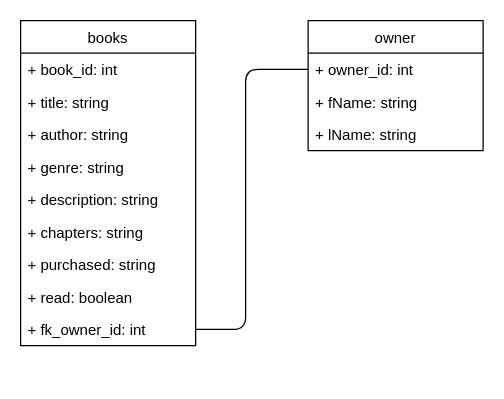
The draw.io diagram page "Page-4" (4 of 4) of claus/books.drawio in OinkoIT/BE16-DBDev-DAY1-Claus-Christoph, before the edit. Source tidied: cells renumbered, new cells numbered last; positions are measured from the earlier drawing's top-left corner, leaving out a move shared by most shapes. Both pictures are drawn from the tidied source at 125%, with x=0, y=0 at pixel (20, 20).
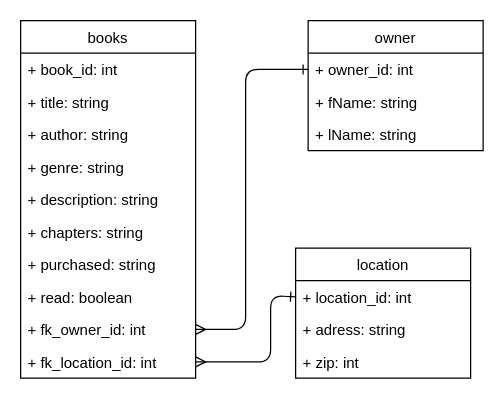
Above is the later version.

The change refers to these unchanged cells:
```xml
<mxCell id="13" value="+ owner_id: int" style="text;strokeColor=none;fillColor=none;align=left;verticalAlign=top;spacingLeft=4;spacingRight=4;overflow=hidden;points=[[0,0.5],[1,0.5]];portConstraint=eastwest;" parent="12" vertex="1">
  <mxGeometry y="26" width="140" height="26" as="geometry" />
</mxCell>
```

Change to the diagram source:
```diff
@@
     <mxCell id="2" value="books" style="swimlane;fontStyle=0;horizontal=1;startSize=26;fillColor=none;" parent="1" vertex="1">
-      <mxGeometry width="140" height="260" as="geometry" />
+      <mxGeometry width="140" height="286" as="geometry" />
     </mxCell>
@@
+    <mxCell id="17" value="+ fk_owner_id: int" style="text;strokeColor=none;fillColor=none;align=left;verticalAlign=top;spacingLeft=4;spacingRight=4;overflow=hidden;points=[[0,0.5],[1,0.5]];portConstraint=eastwest;" parent="2" vertex="1">
+      <mxGeometry y="234" width="140" height="26" as="geometry" />
+    </mxCell>
-    <mxCell id="11" value="+ fk_owner_id: int" style="text;strokeColor=none;fillColor=none;align=left;verticalAlign=top;spacingLeft=4;spacingRight=4;overflow=hidden;points=[[0,0.5],[1,0.5]];portConstraint=eastwest;" parent="2" vertex="1">
-      <mxGeometry y="234" width="140" height="26" as="geometry" />
+    <mxCell id="11" value="+ fk_location_id: int" style="text;strokeColor=none;fillColor=none;align=left;verticalAlign=top;spacingLeft=4;spacingRight=4;overflow=hidden;points=[[0,0.5],[1,0.5]];portConstraint=eastwest;" parent="2" vertex="1">
+      <mxGeometry y="260" width="140" height="26" as="geometry" />
     </mxCell>
@@
-    <mxCell id="16" style="edgeStyle=none;html=1;exitX=0;exitY=0.5;exitDx=0;exitDy=0;entryX=1;entryY=0.5;entryDx=0;entryDy=0;endArrow=none;endFill=0;" parent="1" edge="1" source="13" target="11">
+    <mxCell id="16" style="edgeStyle=none;html=1;exitX=0;exitY=0.5;exitDx=0;exitDy=0;entryX=1;entryY=0.5;entryDx=0;entryDy=0;endArrow=ERmany;endFill=0;startArrow=ERone;startFill=0;" parent="1" edge="1" source="13" target="17">
       <mxGeometry relative="1" as="geometry">
         <Array as="points">
           <mxPoint x="180" y="39" />
           <mxPoint x="180" y="247" />
         </Array>
       </mxGeometry>
     </mxCell>
+    <mxCell id="18" value="location" style="swimlane;fontStyle=0;horizontal=1;startSize=26;fillColor=none;" parent="1" vertex="1">
+      <mxGeometry x="220" y="182" width="140" height="104" as="geometry" />
+    </mxCell>
+    <mxCell id="19" value="+ location_id: int" style="text;strokeColor=none;fillColor=none;align=left;verticalAlign=top;spacingLeft=4;spacingRight=4;overflow=hidden;points=[[0,0.5],[1,0.5]];portConstraint=eastwest;" parent="18" vertex="1">
+      <mxGeometry y="26" width="140" height="26" as="geometry" />
+    </mxCell>
+    <mxCell id="20" value="+ adress: string" style="text;strokeColor=none;fillColor=none;align=left;verticalAlign=top;spacingLeft=4;spacingRight=4;overflow=hidden;" parent="18" vertex="1">
+      <mxGeometry y="52" width="140" height="26" as="geometry" />
+    </mxCell>
+    <mxCell id="21" value="+ zip: int" style="text;strokeColor=none;fillColor=none;align=left;verticalAlign=top;spacingLeft=4;spacingRight=4;overflow=hidden;" parent="18" vertex="1">
+      <mxGeometry y="78" width="140" height="26" as="geometry" />
+    </mxCell>
+    <mxCell id="22" style="edgeStyle=none;html=1;exitX=0;exitY=0.5;exitDx=0;exitDy=0;startArrow=ERone;startFill=0;endArrow=ERmany;endFill=0;entryX=1;entryY=0.5;entryDx=0;entryDy=0;" parent="1" edge="1" source="19" target="11">
+      <mxGeometry relative="1" as="geometry">
+        <Array as="points">
+          <mxPoint x="200" y="220" />
+          <mxPoint x="200" y="273" />
+        </Array>
+      </mxGeometry>
+    </mxCell>
+    <mxCell id="23" style="edgeStyle=none;html=1;exitX=1;exitY=0.5;exitDx=0;exitDy=0;startArrow=none;startFill=0;endArrow=none;endFill=0;" parent="1" edge="1" source="11">
+      <mxGeometry relative="1" as="geometry">
+        <mxPoint x="140" y="273" as="targetPoint" />
+      </mxGeometry>
+    </mxCell>
```
